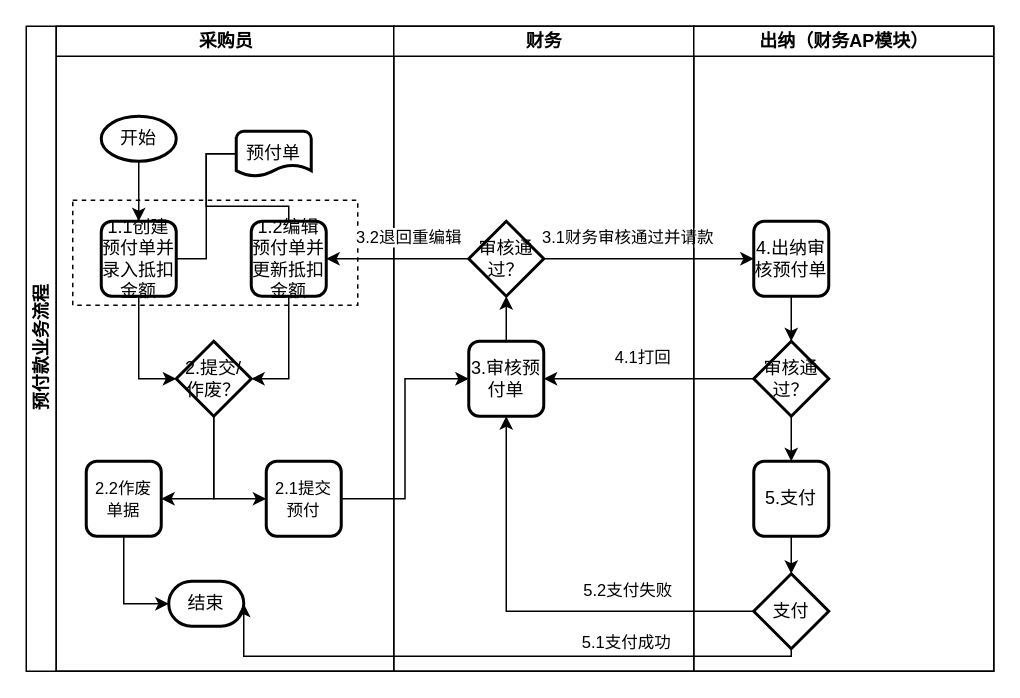
clinkz/whatgithubis keeps this draw.io diagram as page "Page-1" (1 of 2) of 预付流程.drawio. Above is the earlier version. Source tidied: cells renumbered, new cells numbered last; positions are measured from the earlier drawing's top-left corner, leaving out a move shared by most shapes. Both pictures are drawn from the tidied source at 150%, with x=0, y=0 at pixel (26, 26).
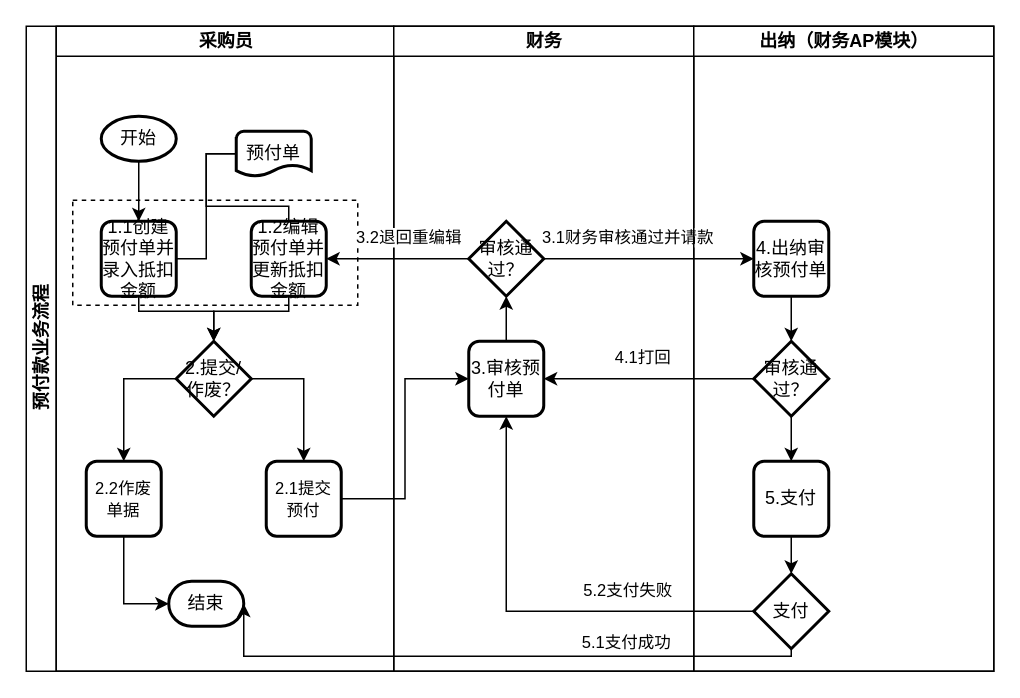
The same diagram, later.

The change refers to these unchanged cells:
```xml
<mxCell id="3" value="采购员" style="swimlane;html=1;startSize=20;" parent="2" vertex="1">
  <mxGeometry x="20" width="225" height="430" as="geometry" />
</mxCell>
<mxCell id="8" value="1.1创建预付单并录入抵扣金额" style="rounded=1;whiteSpace=wrap;html=1;absoluteArcSize=1;arcSize=14;strokeWidth=2;imageWidth=12;imageHeight=12;" parent="3" vertex="1">
  <mxGeometry x="30" y="130" width="50" height="50" as="geometry" />
</mxCell>
<mxCell id="12" value="1.2编辑预付单并更新抵扣金额" style="rounded=1;whiteSpace=wrap;html=1;absoluteArcSize=1;arcSize=14;strokeWidth=2;imageWidth=12;imageHeight=12;" parent="3" vertex="1">
  <mxGeometry x="130" y="130" width="50" height="50" as="geometry" />
</mxCell>
<mxCell id="14" value="2.提交/作废？" style="strokeWidth=2;html=1;shape=mxgraph.flowchart.decision;whiteSpace=wrap;" parent="3" vertex="1">
  <mxGeometry x="80" y="210" width="50" height="50" as="geometry" />
</mxCell>
<mxCell id="17" value="&lt;span style=&quot;font-size: 11px; background-color: rgb(255, 255, 255);&quot;&gt;2.1提交预付&lt;/span&gt;" style="rounded=1;whiteSpace=wrap;html=1;absoluteArcSize=1;arcSize=14;strokeWidth=2;imageWidth=12;imageHeight=12;" parent="3" vertex="1">
  <mxGeometry x="140" y="290" width="50" height="50" as="geometry" />
</mxCell>
<mxCell id="20" value="&lt;span style=&quot;font-size: 11px; background-color: rgb(255, 255, 255);&quot;&gt;2.2作废单据&lt;/span&gt;" style="rounded=1;whiteSpace=wrap;html=1;absoluteArcSize=1;arcSize=14;strokeWidth=2;imageWidth=12;imageHeight=12;" parent="3" vertex="1">
  <mxGeometry x="20" y="290" width="50" height="50" as="geometry" />
</mxCell>
```

The edit, as a diff of the source:
```diff
@@
-    <mxCell id="6" style="edgeStyle=orthogonalEdgeStyle;rounded=0;jettySize=auto;html=1;entryX=0;entryY=0.5;entryDx=0;entryDy=0;entryPerimeter=0;" parent="3" edge="1" source="8" target="14">
-      <mxGeometry relative="1" as="geometry" />
+    <mxCell id="6" style="edgeStyle=orthogonalEdgeStyle;rounded=0;jettySize=auto;html=1;entryX=0.5;entryY=0;entryDx=0;entryDy=0;entryPerimeter=0;" parent="3" edge="1" source="8" target="14">
+      <mxGeometry relative="1" as="geometry">
+        <Array as="points">
+          <mxPoint x="55" y="190" />
+          <mxPoint x="105" y="190" />
+        </Array>
+      </mxGeometry>
     </mxCell>
@@
-    <mxCell id="13" style="edgeStyle=orthogonalEdgeStyle;rounded=0;jettySize=auto;html=1;entryX=1;entryY=0.5;entryDx=0;entryDy=0;exitX=0.5;exitY=1;exitDx=0;exitDy=0;exitPerimeter=0;" parent="3" edge="1" source="14" target="20">
+    <mxCell id="13" style="edgeStyle=orthogonalEdgeStyle;rounded=0;jettySize=auto;html=1;entryX=0.5;entryY=0;entryDx=0;entryDy=0;exitX=0;exitY=0.5;exitDx=0;exitDy=0;exitPerimeter=0;" parent="3" edge="1" source="14" target="20">
       <mxGeometry relative="1" as="geometry" />
     </mxCell>
@@
-    <mxCell id="15" style="edgeStyle=orthogonalEdgeStyle;rounded=0;jettySize=auto;html=1;entryX=1;entryY=0.5;entryDx=0;entryDy=0;entryPerimeter=0;exitX=0.5;exitY=1;exitDx=0;exitDy=0;" parent="3" edge="1" source="12" target="14">
-      <mxGeometry relative="1" as="geometry" />
+    <mxCell id="15" style="edgeStyle=orthogonalEdgeStyle;rounded=0;jettySize=auto;html=1;entryX=0.5;entryY=0;entryDx=0;entryDy=0;entryPerimeter=0;exitX=0.5;exitY=1;exitDx=0;exitDy=0;" parent="3" edge="1" source="12" target="14">
+      <mxGeometry relative="1" as="geometry">
+        <Array as="points">
+          <mxPoint x="155" y="190" />
+          <mxPoint x="105" y="190" />
+        </Array>
+      </mxGeometry>
     </mxCell>
@@
-    <mxCell id="18" style="edgeStyle=orthogonalEdgeStyle;rounded=0;jettySize=auto;html=1;exitX=0.5;exitY=1;exitDx=0;exitDy=0;exitPerimeter=0;entryX=0;entryY=0.5;entryDx=0;entryDy=0;" parent="3" edge="1" source="14" target="17">
+    <mxCell id="18" style="edgeStyle=orthogonalEdgeStyle;rounded=0;jettySize=auto;html=1;exitX=1;exitY=0.5;exitDx=0;exitDy=0;exitPerimeter=0;" parent="3" edge="1" source="14" target="17">
       <mxGeometry relative="1" as="geometry" />
     </mxCell>
```
